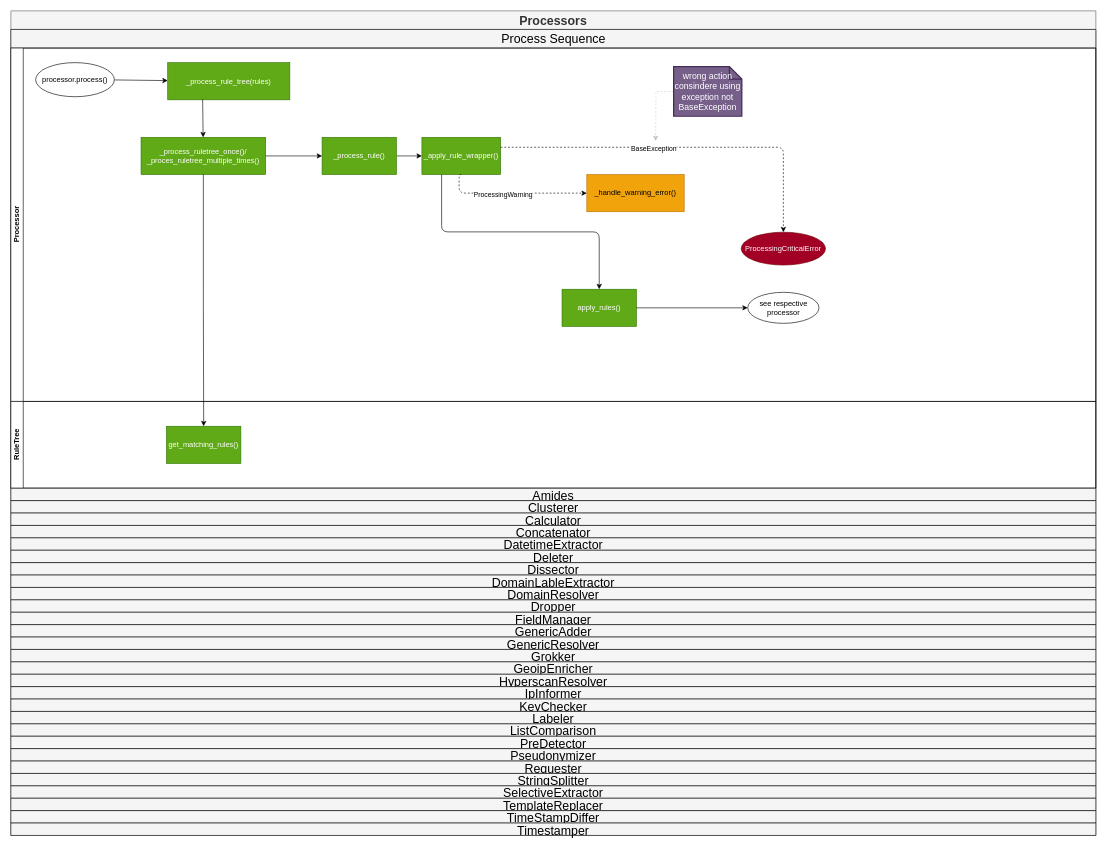
Earlier version of the draw.io diagram doc/source/development/architecture/diagramms/process-Combined.drawio (fkie-cad/Logprep). Source tidied: cells renumbered, new cells numbered last; positions are measured from the earlier drawing's top-left corner, leaving out a move shared by most shapes. Both pictures are drawn from the tidied source at 62%, with x=0, y=0 at pixel (11, 11).
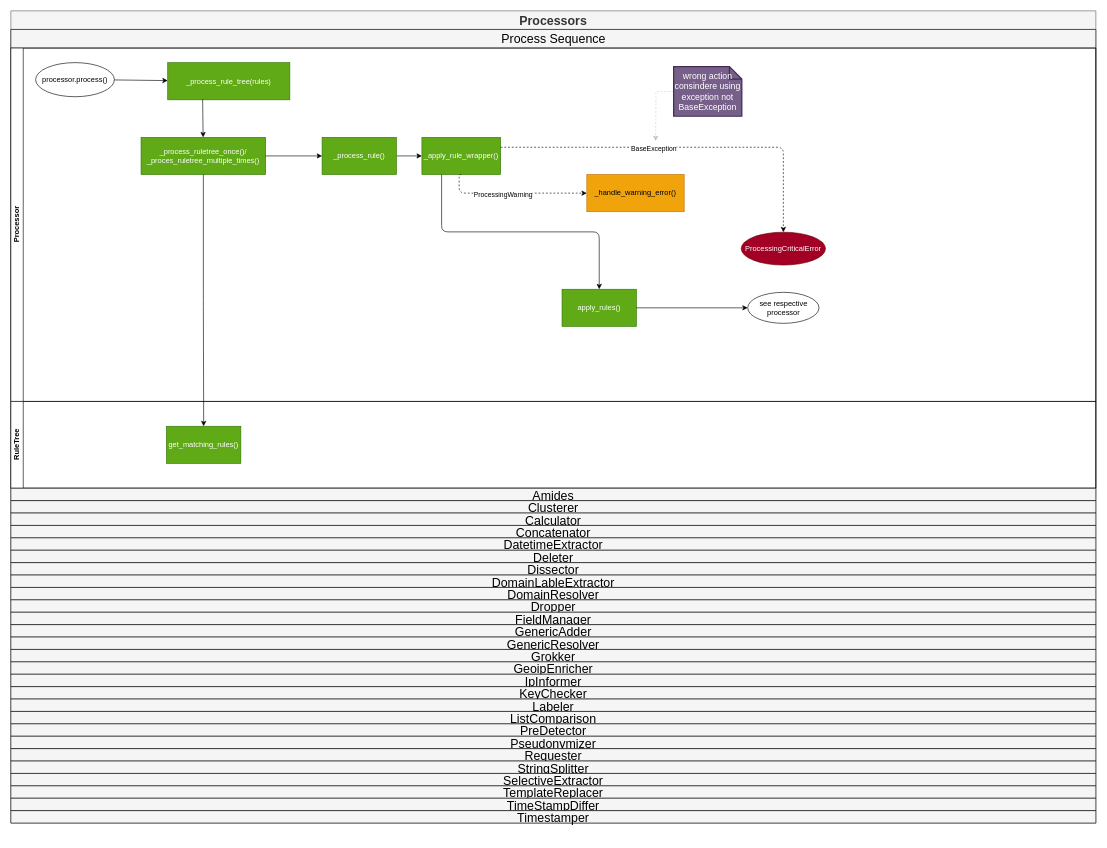
The same diagram, later.

The edit, as a diff of the source:
```diff
@@
     <mxCell id="2" value="Processors" style="swimlane;horizontal=1;startSize=30;fontSize=20;fontStyle=1;fillColor=#f5f5f5;fontColor=#333333;strokeColor=#666666;" parent="1" vertex="1">
-      <mxGeometry width="1750" height="1330" as="geometry" />
+      <mxGeometry width="1750" height="1310" as="geometry" />
     </mxCell>
@@
-    <mxCell id="44" value="HyperscanResolver" style="swimlane;horizontal=1;startSize=30;fontStyle=0;fontColor=#000000;fontSize=20;fillColor=#F5F5F5;strokeColor=#000000;" parent="2" vertex="1" collapsed="1">
-      <mxGeometry y="1070" width="1750" height="20" as="geometry" />
-    </mxCell>
     <mxCell id="45" value="IpInformer" style="swimlane;horizontal=1;startSize=30;fontStyle=0;fontColor=#000000;fontSize=20;fillColor=#F5F5F5;strokeColor=#000000;" parent="2" vertex="1" collapsed="1">
-      <mxGeometry y="1090" width="1750" height="20" as="geometry" />
+      <mxGeometry y="1070" width="1750" height="20" as="geometry" />
     </mxCell>
     <mxCell id="46" value="KeyChecker" style="swimlane;horizontal=1;startSize=30;fontStyle=0;fontColor=#000000;fontSize=20;strokeColor=#000000;fillColor=#F5F5F5;" parent="2" vertex="1" collapsed="1">
-      <mxGeometry y="1110" width="1750" height="20" as="geometry" />
+      <mxGeometry y="1090" width="1750" height="20" as="geometry" />
     </mxCell>
     <mxCell id="47" value="Labeler" style="swimlane;horizontal=1;startSize=30;fontStyle=0;fontColor=#000000;fontSize=20;strokeColor=#000000;fillColor=#F5F5F5;" parent="2" vertex="1" collapsed="1">
-      <mxGeometry y="1130" width="1750" height="20" as="geometry" />
+      <mxGeometry y="1110" width="1750" height="20" as="geometry" />
     </mxCell>
     <mxCell id="48" value="ListComparison" style="swimlane;horizontal=1;startSize=30;fontStyle=0;fontColor=#000000;fontSize=20;strokeColor=#000000;fillColor=#F5F5F5;" parent="2" vertex="1" collapsed="1">
-      <mxGeometry y="1150" width="1750" height="20" as="geometry" />
+      <mxGeometry y="1130" width="1750" height="20" as="geometry" />
     </mxCell>
     <mxCell id="49" value="PreDetector" style="swimlane;horizontal=1;startSize=30;fontStyle=0;fontColor=#000000;fontSize=20;strokeColor=#000000;fillColor=#F5F5F5;" parent="2" vertex="1" collapsed="1">
-      <mxGeometry y="1170" width="1750" height="20" as="geometry" />
+      <mxGeometry y="1150" width="1750" height="20" as="geometry" />
     </mxCell>
     <mxCell id="50" value="Pseudonymizer" style="swimlane;horizontal=1;startSize=30;fontStyle=0;fontColor=#000000;fontSize=20;strokeColor=#000000;fillColor=#F5F5F5;" parent="2" vertex="1" collapsed="1">
-      <mxGeometry y="1190" width="1750" height="20" as="geometry" />
+      <mxGeometry y="1170" width="1750" height="20" as="geometry" />
     </mxCell>
     <mxCell id="51" value="Requester" style="swimlane;horizontal=1;startSize=30;fontStyle=0;fontSize=20;fontColor=#000000;strokeColor=#000000;fillColor=#F5F5F5;" parent="2" vertex="1" collapsed="1">
-      <mxGeometry y="1210" width="1750" height="20" as="geometry" />
+      <mxGeometry y="1190" width="1750" height="20" as="geometry" />
     </mxCell>
     <mxCell id="52" value="StringSplitter" style="swimlane;horizontal=1;startSize=30;fontStyle=0;fontColor=#000000;fontSize=20;strokeColor=#000000;fillColor=#F5F5F5;" parent="2" vertex="1" collapsed="1">
-      <mxGeometry y="1230" width="1750" height="20" as="geometry" />
+      <mxGeometry y="1210" width="1750" height="20" as="geometry" />
     </mxCell>
     <mxCell id="53" value="SelectiveExtractor" style="swimlane;horizontal=1;startSize=30;fontStyle=0;fontSize=20;fontColor=#000000;fillColor=#F5F5F5;strokeColor=#000000;" parent="2" vertex="1" collapsed="1">
-      <mxGeometry y="1250" width="1750" height="20" as="geometry" />
+      <mxGeometry y="1230" width="1750" height="20" as="geometry" />
     </mxCell>
     <mxCell id="54" value="TemplateReplacer" style="swimlane;horizontal=1;startSize=30;fontStyle=0;fontColor=#000000;fontSize=20;fillColor=#F5F5F5;strokeColor=#000000;" parent="2" vertex="1" collapsed="1">
-      <mxGeometry y="1270" width="1750" height="20" as="geometry" />
+      <mxGeometry y="1250" width="1750" height="20" as="geometry" />
     </mxCell>
     <mxCell id="55" value="TimeStampDiffer" style="swimlane;horizontal=1;startSize=40;fontStyle=0;fontColor=#000000;fontSize=20;strokeColor=#000000;fillColor=#F5F5F5;" parent="2" vertex="1" collapsed="1">
-      <mxGeometry y="1290" width="1750" height="20" as="geometry" />
+      <mxGeometry y="1270" width="1750" height="20" as="geometry" />
     </mxCell>
     <mxCell id="56" value="Timestamper" style="swimlane;horizontal=1;startSize=30;fontStyle=0;fontColor=#000000;fontSize=20;fillColor=#F5F5F5;strokeColor=#000000;" parent="2" vertex="1" collapsed="1">
-      <mxGeometry y="1310" width="1750" height="20" as="geometry" />
+      <mxGeometry y="1290" width="1750" height="20" as="geometry" />
     </mxCell>
```
